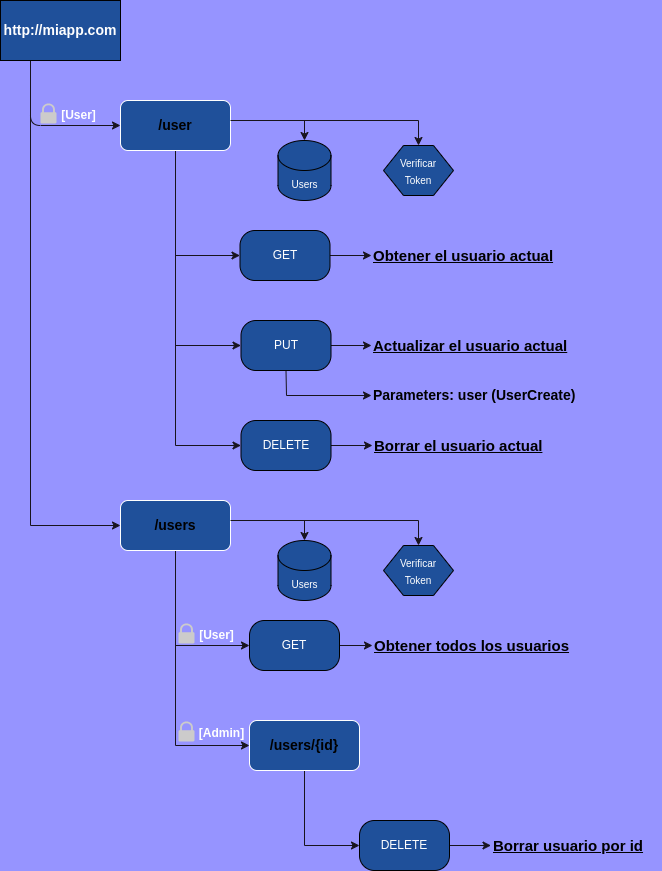
Jav-mol/api_users keeps this draw.io diagram as app/diagram.drawio.png. Above is the earlier version. Source tidied: cells renumbered, new cells last; positions are measured from the earlier drawing's top-left corner, leaving out a move shared by most shapes.
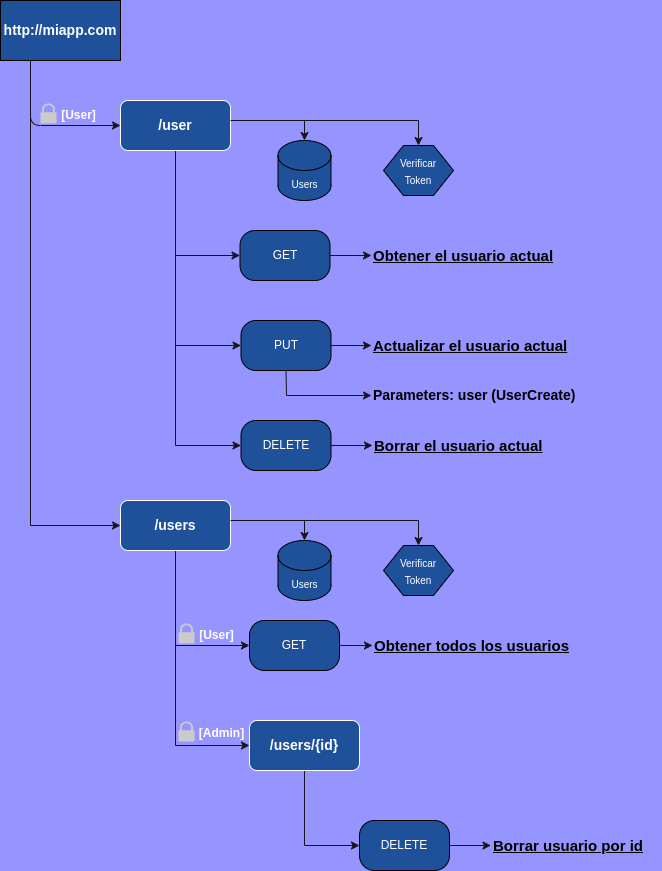
The same file after the commit.

What changed in the source:
```diff
@@ -16,7 +16,7 @@
         </Array>
       </mxGeometry>
     </mxCell>
-    <mxCell id="4" value="&lt;font color=&quot;#ffffff&quot; style=&quot;font-size: 14px;&quot;&gt;http://miapp.com&lt;/font&gt;" style="rounded=0;whiteSpace=wrap;html=1;fillColor=#1F509A;fontStyle=1;" parent="1" vertex="1">
+    <mxCell id="4" value="&lt;font style=&quot;font-size: 14px;&quot;&gt;http://miapp.com&lt;/font&gt;" style="rounded=0;whiteSpace=wrap;html=1;fillColor=#1F509A;fontStyle=1;fontColor=#FFFFFF;" parent="1" vertex="1">
       <mxGeometry width="120" height="60" as="geometry" />
     </mxCell>
     <mxCell id="5" style="sketch=0;shadow=0;dashed=0;html=1;strokeColor=none;labelPosition=center;verticalLabelPosition=bottom;verticalAlign=top;align=center;shape=mxgraph.office.security.lock_protected;fillColor=#CCCBCB;strokeWidth=3;fontSize=12;fontColor=#FFFFFF;" parent="1" vertex="1">
@@ -54,7 +54,7 @@
         </Array>
       </mxGeometry>
     </mxCell>
-    <mxCell id="11" value="&lt;font style=&quot;font-size: 14px;&quot;&gt;&lt;b&gt;/user&lt;/b&gt;&lt;/font&gt;" style="rounded=1;whiteSpace=wrap;html=1;strokeColor=#FFFFFF;fillColor=#1F509A;" parent="1" vertex="1">
+    <mxCell id="11" value="&lt;font style=&quot;font-size: 14px;&quot;&gt;&lt;b&gt;/user&lt;/b&gt;&lt;/font&gt;" style="rounded=1;whiteSpace=wrap;html=1;strokeColor=#FFFFFF;fillColor=#1F509A;fontColor=#FFFFFF;" parent="1" vertex="1">
       <mxGeometry x="120" y="100" width="110" height="50" as="geometry" />
     </mxCell>
     <mxCell id="12" value="&lt;u style=&quot;font-size: 15px;&quot;&gt;&lt;b style=&quot;font-size: 15px;&quot;&gt;Obtener el usuario actual&lt;/b&gt;&lt;/u&gt;" style="text;html=1;align=left;verticalAlign=middle;points=[];strokeColor=none;fillColor=none;fontSize=15;" parent="1" vertex="1">
@@ -130,7 +130,7 @@
         </Array>
       </mxGeometry>
     </mxCell>
-    <mxCell id="29" value="&lt;font style=&quot;font-size: 14px;&quot;&gt;&lt;b&gt;/users&lt;/b&gt;&lt;/font&gt;" style="rounded=1;whiteSpace=wrap;html=1;strokeColor=#FFFFFF;fillColor=#1F509A;" parent="1" vertex="1">
+    <mxCell id="29" value="&lt;font style=&quot;font-size: 14px;&quot;&gt;&lt;b&gt;/users&lt;/b&gt;&lt;/font&gt;" style="rounded=1;whiteSpace=wrap;html=1;strokeColor=#FFFFFF;fillColor=#1F509A;fontColor=#FFFFFF;" parent="1" vertex="1">
       <mxGeometry x="120" y="500" width="110" height="50" as="geometry" />
     </mxCell>
     <mxCell id="30" style="edgeStyle=none;html=1;fontSize=14;entryX=0.5;entryY=0;entryDx=0;entryDy=0;strokeColor=#18141D;fontColor=#FFFFFF;rounded=0;" parent="1" edge="1" target="32">
@@ -169,7 +169,7 @@
         </Array>
       </mxGeometry>
     </mxCell>
-    <mxCell id="39" value="&lt;font style=&quot;font-size: 14px;&quot;&gt;&lt;b&gt;/users/{id}&lt;/b&gt;&lt;/font&gt;" style="rounded=1;whiteSpace=wrap;html=1;strokeColor=#FFFFFF;fillColor=#1F509A;" parent="1" vertex="1">
+    <mxCell id="39" value="&lt;font style=&quot;font-size: 14px;&quot;&gt;&lt;b&gt;/users/{id}&lt;/b&gt;&lt;/font&gt;" style="rounded=1;whiteSpace=wrap;html=1;strokeColor=#FFFFFF;fillColor=#1F509A;fontColor=#FFFFFF;" parent="1" vertex="1">
       <mxGeometry x="249" y="720" width="110" height="50" as="geometry" />
     </mxCell>
     <mxCell id="40" value="&lt;b&gt;&lt;u&gt;Borrar usuario por id&lt;/u&gt;&lt;/b&gt;" style="text;html=1;align=left;verticalAlign=middle;points=[];strokeColor=none;fillColor=none;fontSize=15;" parent="1" vertex="1">
```
